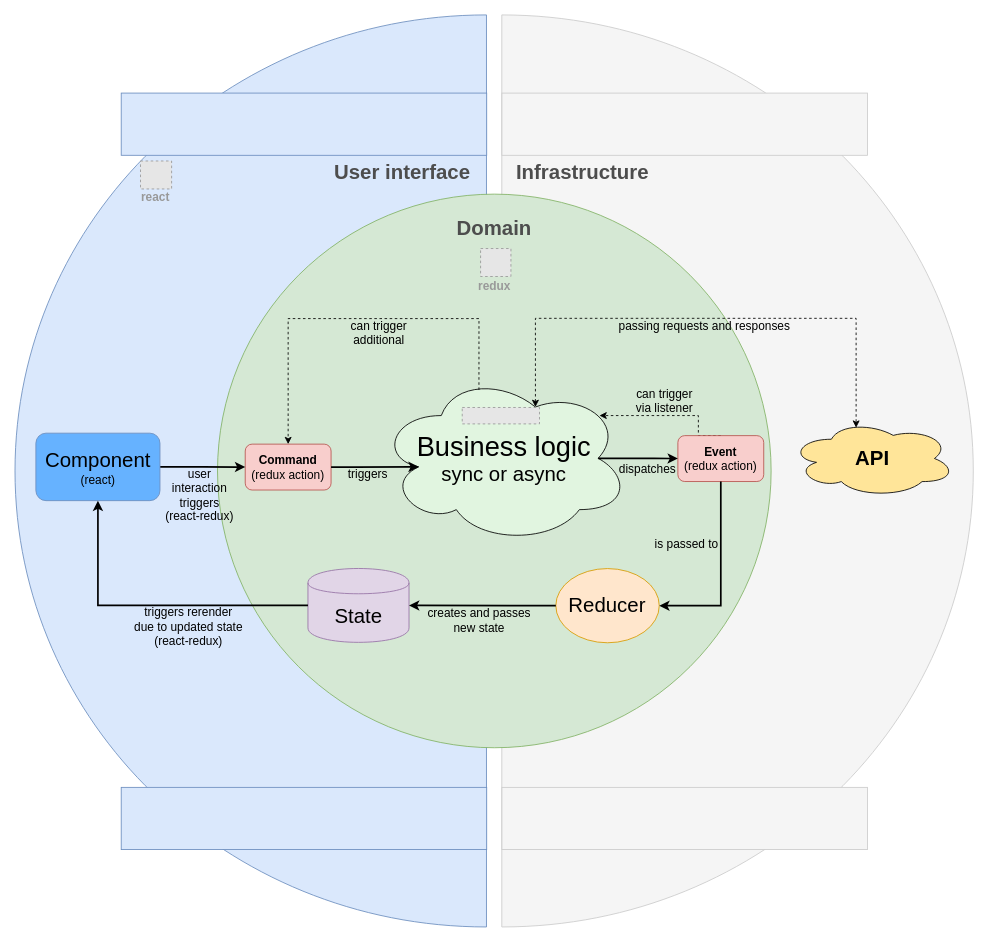
This is docs/assets/architecture.drawio from inkognitro/react-redux-saga-boilerplate, a draw.io file, before an edit. Source tidied: cells renumbered, new cells numbered last; positions are measured from the earlier drawing's top-left corner, leaving out a move shared by most shapes. Both pictures are drawn from the tidied source at 85%, with x=0, y=0 at pixel (-206, 93). Pictures stored in the file or linked from it are replaced by grey dashed boxes.
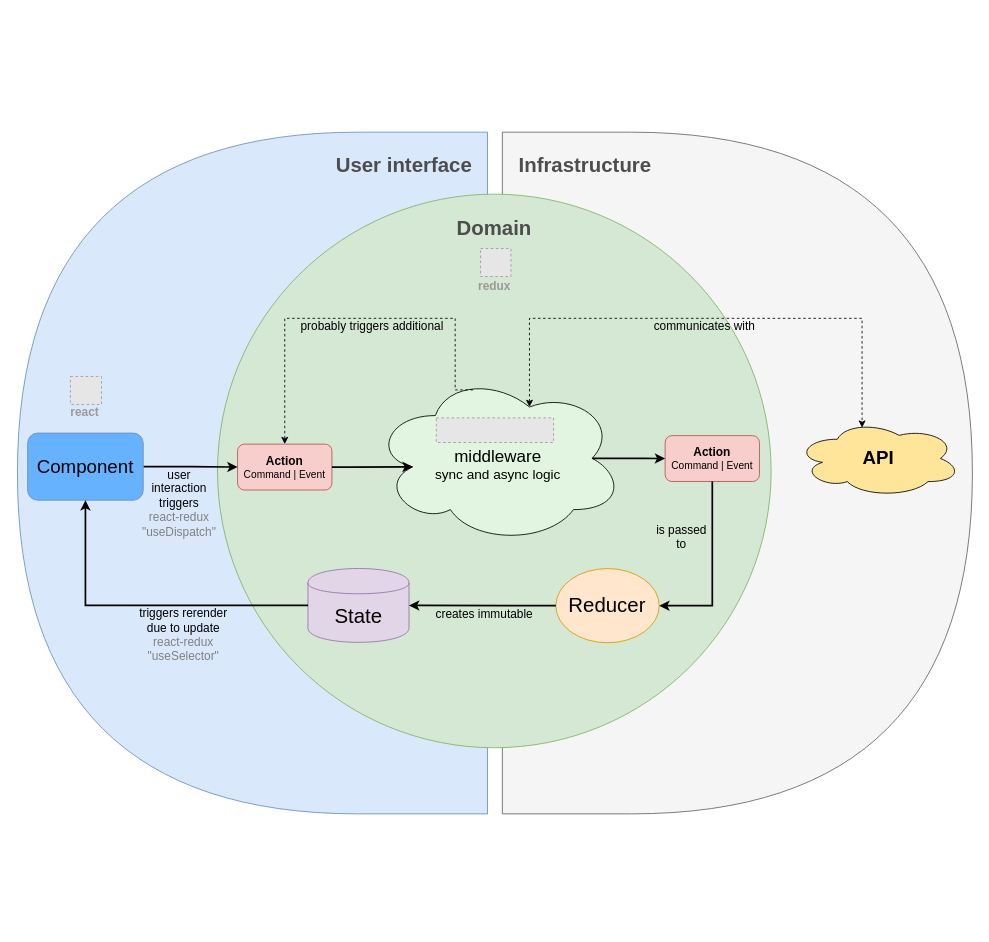
The same page after the edit.

The change refers to these unchanged cells:
```xml
<mxCell id="15" value="&lt;font style=&quot;font-size: 24px&quot;&gt;Reducer&lt;/font&gt;" style="ellipse;whiteSpace=wrap;html=1;fillColor=#ffe6cc;strokeColor=#d79b00;" parent="1" vertex="1">
  <mxGeometry x="895.4" y="559.4" width="121.7" height="87.3" as="geometry" />
</mxCell>
<mxCell id="16" value="&lt;font style=&quot;font-size: 24px&quot;&gt;State&lt;/font&gt;" style="shape=cylinder;whiteSpace=wrap;html=1;boundedLbl=1;backgroundOutline=1;fillColor=#e1d5e7;strokeColor=#9673a6;" parent="1" vertex="1">
  <mxGeometry x="603.8" y="559.3" width="118.9" height="86.9" as="geometry" />
</mxCell>
<mxCell id="17" style="endArrow=classic;html=1;exitX=0;exitY=0.5;exitDx=0;exitDy=0;entryX=1;entryY=0.5;entryDx=0;entryDy=0;strokeWidth=2;" parent="1" edge="1" source="15" target="16">
  <mxGeometry relative="1" as="geometry" />
</mxCell>
```

Diff of the diagram source:
```diff
@@
-    <mxCell id="2" style="verticalLabelPosition=bottom;verticalAlign=top;html=1;shape=mxgraph.basic.half_circle;rotation=-90;fillColor=#f5f5f5;strokeColor=#CCCCCC;fontColor=#333333;" parent="1" vertex="1">
-      <mxGeometry x="572.7" y="167.2" width="1073" height="554.7" as="geometry" />
-    </mxCell>
-    <mxCell id="3" style="verticalLabelPosition=bottom;verticalAlign=top;html=1;shape=mxgraph.basic.half_circle;rotation=90;fillColor=#dae8fc;strokeColor=#6c8ebf;" parent="1" vertex="1">
-      <mxGeometry y="167.2" width="1073" height="554.7" as="geometry" />
-    </mxCell>
+    <mxCell id="46" style="shape=delay;whiteSpace=wrap;html=1;rotation=0;fillColor=#f5f5f5;strokeColor=#666666;fontColor=#333333;" parent="1" vertex="1">
+      <mxGeometry x="832.5" y="46" width="553" height="802" as="geometry" />
+    </mxCell>
+    <mxCell id="47" style="shape=delay;whiteSpace=wrap;html=1;rotation=180;fillColor=#dae8fc;strokeColor=#6c8ebf;" parent="1" vertex="1">
+      <mxGeometry x="262" y="46" width="553" height="802" as="geometry" />
+    </mxCell>
@@
-    <mxCell id="5" value="&lt;font style=&quot;font-size: 14px&quot;&gt;&lt;b&gt;Command&lt;/b&gt;&lt;br&gt;(redux action)&lt;/font&gt;" style="rounded=1;whiteSpace=wrap;html=1;fillColor=#f8cecc;strokeColor=#b85450;" parent="1" vertex="1">
-      <mxGeometry x="530" y="413" width="101" height="54" as="geometry" />
-    </mxCell>
-    <mxCell id="6" style="group;" parent="1" vertex="1">
-      <mxGeometry x="686.8" y="329.1" width="337.6" height="230.3" as="geometry" />
-    </mxCell>
-    <mxCell id="7" value="&lt;font&gt;&lt;font style=&quot;font-size: 32px&quot;&gt;Business logic&lt;/font&gt;&lt;br&gt;&lt;font style=&quot;font-size: 24px&quot;&gt;sync or async&lt;/font&gt;&lt;br&gt;&lt;/font&gt;" style="ellipse;shape=cloud;whiteSpace=wrap;html=1;fillColor=#E1F5E0;gradientColor=none;" parent="6" vertex="1">
-      <mxGeometry width="295.4" height="201.2" as="geometry" />
-    </mxCell>
-    <mxCell id="8" style="fillColor=#E6E6E6;strokeColor=#999999;dashed=1;verticalLabelPosition=bottom;labelBackgroundColor=#ffffff;verticalAlign=top;" parent="6" vertex="1">
-      <mxGeometry x="98.5" y="40.8" width="90.9" height="19.3" as="geometry" />
-    </mxCell>
+    <mxCell id="48" value="&lt;font&gt;&lt;b style=&quot;font-size: 14px&quot;&gt;Action&lt;/b&gt;&lt;br&gt;&lt;font style=&quot;font-size: 12px&quot;&gt;Command | Event&lt;/font&gt;&lt;/font&gt;" style="rounded=1;whiteSpace=wrap;html=1;fillColor=#f8cecc;strokeColor=#b85450;" parent="1" vertex="1">
+      <mxGeometry x="521" y="413" width="111" height="54" as="geometry" />
+    </mxCell>
+    <mxCell id="49" style="group;" parent="1" vertex="1">
+      <mxGeometry x="663.8" y="329.1" width="337.6" height="230.3" as="geometry" />
+    </mxCell>
+    <mxCell id="50" value="&lt;font&gt;&lt;br&gt;&lt;span style=&quot;font-size: 20px&quot;&gt;middleware&lt;/span&gt;&lt;br&gt;&lt;font style=&quot;font-size: 16px&quot;&gt;sync and async logic&lt;/font&gt;&lt;br&gt;&lt;/font&gt;" style="ellipse;shape=cloud;whiteSpace=wrap;html=1;fillColor=#E1F5E0;gradientColor=none;" parent="49" vertex="1">
+      <mxGeometry x="16" width="295.4" height="201.2" as="geometry" />
+    </mxCell>
+    <mxCell id="51" style="fillColor=#E6E6E6;strokeColor=#999999;dashed=1;verticalLabelPosition=bottom;labelBackgroundColor=#ffffff;verticalAlign=top;" parent="49" vertex="1">
+      <mxGeometry x="91" y="53" width="138" height="29" as="geometry" />
+    </mxCell>
     <mxCell id="9" value="&lt;b&gt;&lt;font style=&quot;font-size: 24px&quot; color=&quot;#4d4d4d&quot;&gt;Infrastructure&lt;/font&gt;&lt;/b&gt;" style="text;html=1;strokeColor=none;fillColor=none;align=left;verticalAlign=middle;whiteSpace=wrap;rounded=0;" parent="1" vertex="1">
-      <mxGeometry x="847.2" y="85.1" width="146.4" height="15.5" as="geometry" />
+      <mxGeometry x="850.2" y="77.6" width="146.4" height="15.5" as="geometry" />
     </mxCell>
-    <mxCell id="10" style="edgeStyle=orthogonalEdgeStyle;rounded=0;jettySize=auto;html=1;exitX=0.5;exitY=0;exitDx=0;exitDy=0;entryX=0.88;entryY=0.25;entryDx=0;entryDy=0;entryPerimeter=0;dashed=1;strokeWidth=1;" parent="1" edge="1" source="12" target="7">
-      <mxGeometry relative="1" as="geometry">
-        <Array as="points">
-          <mxPoint x="1063.1" y="379.6" />
-        </Array>
-      </mxGeometry>
-    </mxCell>
-    <mxCell id="11" value="&lt;font style=&quot;font-size: 14px&quot;&gt;can trigger&lt;br&gt;via listener&lt;/font&gt;" style="text;html=1;align=center;verticalAlign=middle;labelBackgroundColor=none;" parent="10" vertex="1">
-      <mxGeometry x="-0.09" y="1" relative="1" as="geometry">
-        <mxPoint x="-15" y="-18.5" as="offset" />
-      </mxGeometry>
-    </mxCell>
-    <mxCell id="12" value="&lt;font style=&quot;font-size: 14px&quot;&gt;&lt;b&gt;Event&lt;/b&gt;&lt;br&gt;(redux action)&lt;/font&gt;" style="rounded=1;whiteSpace=wrap;html=1;fillColor=#f8cecc;strokeColor=#b85450;" parent="1" vertex="1">
-      <mxGeometry x="1039" y="403" width="101" height="54" as="geometry" />
-    </mxCell>
-    <mxCell id="13" style="edgeStyle=orthogonalEdgeStyle;rounded=0;jettySize=auto;html=1;exitX=1;exitY=0.5;exitDx=0;exitDy=0;entryX=0.16;entryY=0.55;entryDx=0;entryDy=0;entryPerimeter=0;strokeWidth=2;" parent="1" edge="1" source="5" target="7">
-      <mxGeometry relative="1" as="geometry" />
-    </mxCell>
-    <mxCell id="14" value="&lt;font style=&quot;font-size: 14px&quot;&gt;triggers&lt;/font&gt;" style="text;html=1;align=center;verticalAlign=middle;labelBackgroundColor=none;" parent="13" vertex="1">
-      <mxGeometry x="-0.23" y="1" relative="1" as="geometry">
-        <mxPoint x="3" y="9" as="offset" />
-      </mxGeometry>
-    </mxCell>
+    <mxCell id="52" value="&lt;font&gt;&lt;b style=&quot;font-size: 14px&quot;&gt;Action&lt;/b&gt;&lt;br&gt;&lt;font style=&quot;font-size: 12px&quot;&gt;Command | Event&lt;/font&gt;&lt;br&gt;&lt;/font&gt;" style="rounded=1;whiteSpace=wrap;html=1;fillColor=#f8cecc;strokeColor=#b85450;" parent="1" vertex="1">
+      <mxGeometry x="1024" y="403" width="111" height="54" as="geometry" />
+    </mxCell>
+    <mxCell id="53" style="edgeStyle=orthogonalEdgeStyle;rounded=0;jettySize=auto;html=1;exitX=1;exitY=0.5;exitDx=0;exitDy=0;entryX=0.16;entryY=0.55;entryDx=0;entryDy=0;entryPerimeter=0;strokeWidth=2;" parent="1" edge="1" source="48" target="50">
+      <mxGeometry relative="1" as="geometry" />
+    </mxCell>
@@
-    <mxCell id="18" value="&lt;font style=&quot;font-size: 14px&quot;&gt;creates and passes&lt;br&gt;new state&lt;/font&gt;" style="text;html=1;align=center;verticalAlign=middle;labelBackgroundColor=none;" parent="17" vertex="1">
-      <mxGeometry x="0.17" y="1" relative="1" as="geometry">
-        <mxPoint x="10" y="16" as="offset" />
-      </mxGeometry>
-    </mxCell>
-    <mxCell id="19" style="edgeStyle=orthogonalEdgeStyle;rounded=0;jettySize=auto;html=1;exitX=1;exitY=0.5;exitDx=0;exitDy=0;strokeWidth=2;" parent="1" edge="1" source="21" target="5">
-      <mxGeometry relative="1" as="geometry" />
-    </mxCell>
-    <mxCell id="20" value="&lt;font style=&quot;font-size: 14px&quot;&gt;&lt;span style=&quot;text-align: left&quot;&gt;user&lt;br&gt;interaction&lt;br&gt;triggers&lt;/span&gt;&lt;br style=&quot;text-align: left&quot;&gt;&lt;span style=&quot;text-align: left&quot;&gt;(react-redux)&lt;/span&gt;&lt;/font&gt;" style="text;html=1;align=center;verticalAlign=middle;labelBackgroundColor=none;" parent="19" vertex="1">
-      <mxGeometry y="-9" relative="1" as="geometry">
-        <mxPoint x="-4.5" y="23" as="offset" />
-      </mxGeometry>
-    </mxCell>
-    <mxCell id="21" value="&lt;font&gt;&lt;span style=&quot;font-size: 24px&quot;&gt;Component&lt;br&gt;&lt;/span&gt;&lt;font style=&quot;font-size: 14px&quot;&gt;(react)&lt;/font&gt;&lt;br&gt;&lt;/font&gt;" style="rounded=1;whiteSpace=wrap;html=1;labelBackgroundColor=none;strokeColor=#6c8ebf;fillColor=#66B2FF;" parent="1" vertex="1">
-      <mxGeometry x="283.7" y="400.1" width="146" height="79.4" as="geometry" />
-    </mxCell>
-    <mxCell id="22" style="group;" parent="1" vertex="1">
-      <mxGeometry x="405.9" y="79.9" width="37.5" height="51.2" as="geometry" />
-    </mxCell>
-    <mxCell id="23" style="fillColor=#E6E6E6;strokeColor=#999999;dashed=1;verticalLabelPosition=bottom;labelBackgroundColor=#ffffff;verticalAlign=top;" parent="22" vertex="1">
-      <mxGeometry x="0.9" width="36.6" height="32.9" as="geometry" />
-    </mxCell>
-    <mxCell id="24" value="&lt;b&gt;&lt;font color=&quot;#999999&quot; style=&quot;font-size: 14px&quot;&gt;react&lt;/font&gt;&lt;/b&gt;" style="text;html=1;strokeColor=none;fillColor=none;align=center;verticalAlign=middle;whiteSpace=wrap;rounded=0;" parent="22" vertex="1">
-      <mxGeometry y="32.9" width="36.6" height="18.3" as="geometry" />
-    </mxCell>
+    <mxCell id="54" value="&lt;font style=&quot;font-size: 14px&quot;&gt;creates immutable&lt;/font&gt;" style="text;html=1;align=center;verticalAlign=middle;labelBackgroundColor=none;" parent="17" vertex="1">
+      <mxGeometry x="0.17" y="1" relative="1" as="geometry">
+        <mxPoint x="16" y="9" as="offset" />
+      </mxGeometry>
+    </mxCell>
+    <mxCell id="55" style="edgeStyle=orthogonalEdgeStyle;rounded=0;jettySize=auto;html=1;exitX=1;exitY=0.5;exitDx=0;exitDy=0;strokeWidth=2;" parent="1" edge="1" source="57" target="48">
+      <mxGeometry relative="1" as="geometry" />
+    </mxCell>
+    <mxCell id="56" value="&lt;font style=&quot;font-size: 14px&quot;&gt;&lt;span style=&quot;text-align: left&quot;&gt;user&lt;br&gt;interaction&lt;br&gt;triggers&lt;br&gt;&lt;/span&gt;&lt;span style=&quot;text-align: left&quot;&gt;&lt;font color=&quot;#808080&quot;&gt;react-redux&lt;br&gt;&quot;useDispatch&quot;&lt;br&gt;&lt;/font&gt;&lt;/span&gt;&lt;/font&gt;" style="text;html=1;align=center;verticalAlign=middle;labelBackgroundColor=none;" parent="55" vertex="1">
+      <mxGeometry y="-9" relative="1" as="geometry">
+        <mxPoint x="-14.5" y="32" as="offset" />
+      </mxGeometry>
+    </mxCell>
+    <mxCell id="57" value="&lt;font&gt;&lt;font style=&quot;font-size: 22px&quot;&gt;Component&lt;/font&gt;&lt;br&gt;&lt;/font&gt;" style="rounded=1;whiteSpace=wrap;html=1;labelBackgroundColor=none;strokeColor=#6c8ebf;fillColor=#66B2FF;" parent="1" vertex="1">
+      <mxGeometry x="274" y="400" width="136" height="79" as="geometry" />
+    </mxCell>
@@
-    <mxCell id="30" value="&lt;font style=&quot;font-size: 24px&quot;&gt;&lt;b&gt;API&lt;/b&gt;&lt;br&gt;&lt;/font&gt;" style="ellipse;shape=cloud;whiteSpace=wrap;html=1;fillColor=#FFE599;gradientColor=none;" parent="1" vertex="1">
-      <mxGeometry x="1171.1" y="384.6" width="194" height="90.6" as="geometry" />
+    <mxCell id="30" value="&lt;font&gt;&lt;b&gt;&lt;font style=&quot;font-size: 22px&quot;&gt;API&lt;/font&gt;&lt;/b&gt;&lt;br&gt;&lt;/font&gt;" style="ellipse;shape=cloud;whiteSpace=wrap;html=1;fillColor=#FFE599;gradientColor=none;" parent="1" vertex="1">
+      <mxGeometry x="1178.1" y="384.6" width="194" height="90.6" as="geometry" />
     </mxCell>
-    <mxCell id="31" style="edgeStyle=orthogonalEdgeStyle;rounded=0;jettySize=auto;html=1;exitX=0.5;exitY=1;exitDx=0;exitDy=0;entryX=1;entryY=0.5;entryDx=0;entryDy=0;strokeWidth=2;" parent="1" edge="1" source="12" target="15">
-      <mxGeometry relative="1" as="geometry" />
-    </mxCell>
+    <mxCell id="58" style="edgeStyle=orthogonalEdgeStyle;rounded=0;jettySize=auto;html=1;exitX=0.5;exitY=1;exitDx=0;exitDy=0;entryX=1;entryY=0.5;entryDx=0;entryDy=0;strokeWidth=2;" parent="1" edge="1" source="52" target="15">
+      <mxGeometry relative="1" as="geometry" />
+    </mxCell>
-    <mxCell id="32" value="&lt;font style=&quot;font-size: 14px&quot;&gt;is passed to&lt;/font&gt;" style="text;html=1;align=center;verticalAlign=middle;labelBackgroundColor=none;" parent="31" vertex="1">
+    <mxCell id="32" value="&lt;font style=&quot;font-size: 14px&quot;&gt;is passed&lt;br&gt;to&lt;/font&gt;" style="text;html=1;align=center;verticalAlign=middle;labelBackgroundColor=none;" parent="58" vertex="1">
       <mxGeometry x="-0.33" relative="1" as="geometry">
-        <mxPoint x="-41" as="offset" />
+        <mxPoint x="-37" y="-6" as="offset" />
       </mxGeometry>
     </mxCell>
-    <mxCell id="33" style="edgeStyle=orthogonalEdgeStyle;rounded=0;jettySize=auto;html=1;exitX=0.875;exitY=0.5;exitDx=0;exitDy=0;exitPerimeter=0;strokeWidth=2;" parent="1" edge="1" source="7" target="12">
-      <mxGeometry relative="1" as="geometry" />
-    </mxCell>
-    <mxCell id="34" value="&lt;font style=&quot;font-size: 14px&quot;&gt;dispatches&lt;/font&gt;" style="text;html=1;align=center;verticalAlign=middle;labelBackgroundColor=none;" parent="33" vertex="1">
-      <mxGeometry x="0.4" y="-32" relative="1" as="geometry">
-        <mxPoint x="-8.5" y="-21" as="offset" />
-      </mxGeometry>
-    </mxCell>
-    <mxCell id="35" style="edgeStyle=orthogonalEdgeStyle;rounded=0;jettySize=auto;html=1;exitX=0.625;exitY=0.2;exitDx=0;exitDy=0;exitPerimeter=0;entryX=0.4;entryY=0.1;entryDx=0;entryDy=0;entryPerimeter=0;dashed=1;strokeWidth=1;spacing=2;startArrow=classic;startFill=1;" parent="1" edge="1" source="7" target="30">
-      <mxGeometry relative="1" as="geometry">
-        <Array as="points">
-          <mxPoint x="871" y="265" />
-          <mxPoint x="1249" y="265" />
-        </Array>
-      </mxGeometry>
-    </mxCell>
-    <mxCell id="36" value="&lt;font style=&quot;font-size: 14px&quot;&gt;passing requests and responses&lt;/font&gt;" style="text;html=1;align=center;verticalAlign=middle;labelBackgroundColor=none;" parent="35" vertex="1">
-      <mxGeometry x="0.07" relative="1" as="geometry">
-        <mxPoint x="-24.5" y="8" as="offset" />
-      </mxGeometry>
-    </mxCell>
+    <mxCell id="59" style="edgeStyle=orthogonalEdgeStyle;rounded=0;jettySize=auto;html=1;exitX=0.875;exitY=0.5;exitDx=0;exitDy=0;exitPerimeter=0;strokeWidth=2;" parent="1" edge="1" source="50" target="52">
+      <mxGeometry relative="1" as="geometry" />
+    </mxCell>
+    <mxCell id="60" style="edgeStyle=orthogonalEdgeStyle;rounded=0;jettySize=auto;html=1;exitX=0.625;exitY=0.2;exitDx=0;exitDy=0;exitPerimeter=0;entryX=0.4;entryY=0.1;entryDx=0;entryDy=0;entryPerimeter=0;dashed=1;strokeWidth=1;spacing=2;startArrow=classic;startFill=1;" parent="1" edge="1" source="50" target="30">
+      <mxGeometry relative="1" as="geometry">
+        <Array as="points">
+          <mxPoint x="871" y="265" />
+          <mxPoint x="1249" y="265" />
+        </Array>
+      </mxGeometry>
+    </mxCell>
+    <mxCell id="61" value="&lt;font style=&quot;font-size: 14px&quot;&gt;communicates with&lt;/font&gt;" style="text;html=1;align=center;verticalAlign=middle;labelBackgroundColor=none;" parent="60" vertex="1">
+      <mxGeometry x="0.07" relative="1" as="geometry">
+        <mxPoint x="-24.5" y="8" as="offset" />
+      </mxGeometry>
+    </mxCell>
     <mxCell id="37" value="&lt;b&gt;&lt;font style=&quot;font-size: 24px&quot;&gt;&lt;font color=&quot;#4d4d4d&quot;&gt;User interface&lt;/font&gt;&lt;br&gt;&lt;/font&gt;&lt;/b&gt;" style="text;html=1;strokeColor=none;fillColor=none;align=right;verticalAlign=middle;whiteSpace=wrap;rounded=0;" parent="1" vertex="1">
-      <mxGeometry x="622.1" y="85.1" width="174.7" height="15.5" as="geometry" />
+      <mxGeometry x="624.1" y="77.6" width="174.7" height="15.5" as="geometry" />
     </mxCell>
-    <mxCell id="38" style="edgeStyle=orthogonalEdgeStyle;rounded=0;jettySize=auto;html=1;exitX=0;exitY=0.5;exitDx=0;exitDy=0;entryX=0.5;entryY=1;entryDx=0;entryDy=0;strokeWidth=2;" parent="1" edge="1" source="16" target="21">
-      <mxGeometry relative="1" as="geometry" />
-    </mxCell>
-    <mxCell id="39" value="&lt;font style=&quot;font-size: 14px&quot;&gt;&lt;span style=&quot;text-align: left&quot;&gt;triggers rerender&lt;br&gt;due to updated state&lt;/span&gt;&lt;br style=&quot;text-align: left&quot;&gt;&lt;span style=&quot;text-align: left&quot;&gt;(react-redux)&lt;/span&gt;&lt;/font&gt;" style="text;html=1;align=center;verticalAlign=middle;labelBackgroundColor=none;" parent="38" vertex="1">
-      <mxGeometry x="-0.24" y="1" relative="1" as="geometry">
-        <mxPoint y="24" as="offset" />
-      </mxGeometry>
-    </mxCell>
-    <mxCell id="40" style="edgeStyle=orthogonalEdgeStyle;rounded=0;jettySize=auto;html=1;exitX=0.4;exitY=0.1;exitDx=0;exitDy=0;exitPerimeter=0;entryX=0.5;entryY=0;entryDx=0;entryDy=0;dashed=1;strokeWidth=1;spacing=2;" parent="1" edge="1" source="7" target="5">
-      <mxGeometry relative="1" as="geometry">
-        <Array as="points">
-          <mxPoint x="785.9" y="265.3" />
-          <mxPoint x="585.5" y="265.3" />
-        </Array>
-      </mxGeometry>
-    </mxCell>
-    <mxCell id="41" value="&lt;font style=&quot;font-size: 14px&quot;&gt;can trigger&lt;br&gt;additional&lt;/font&gt;" style="text;html=1;align=center;verticalAlign=middle;labelBackgroundColor=none;" parent="40" vertex="1">
-      <mxGeometry x="-0.09" y="2" relative="1" as="geometry">
-        <mxPoint x="6" y="14" as="offset" />
-      </mxGeometry>
-    </mxCell>
-    <mxCell id="42" style="whiteSpace=wrap;html=1;labelBackgroundColor=none;strokeColor=#6c8ebf;align=right;fillColor=#dae8fc;" parent="1" vertex="1">
-      <mxGeometry x="384.1" y="816.8" width="430" height="73.2" as="geometry" />
-    </mxCell>
-    <mxCell id="43" style="whiteSpace=wrap;html=1;labelBackgroundColor=none;strokeColor=#6c8ebf;align=right;fillColor=#dae8fc;" parent="1" vertex="1">
-      <mxGeometry x="384.1" width="430" height="73.2" as="geometry" />
-    </mxCell>
-    <mxCell id="44" style="whiteSpace=wrap;html=1;labelBackgroundColor=none;strokeColor=#CCCCCC;align=right;fillColor=#f5f5f5;fontColor=#333333;" parent="1" vertex="1">
-      <mxGeometry x="832" y="816.8" width="430" height="73.2" as="geometry" />
-    </mxCell>
-    <mxCell id="45" style="whiteSpace=wrap;html=1;labelBackgroundColor=none;strokeColor=#CCCCCC;align=right;fillColor=#f5f5f5;fontColor=#333333;" parent="1" vertex="1">
-      <mxGeometry x="832" width="430" height="73.2" as="geometry" />
-    </mxCell>
+    <mxCell id="62" style="edgeStyle=orthogonalEdgeStyle;rounded=0;jettySize=auto;html=1;exitX=0;exitY=0.5;exitDx=0;exitDy=0;entryX=0.5;entryY=1;entryDx=0;entryDy=0;strokeWidth=2;" parent="1" edge="1" source="16" target="57">
+      <mxGeometry relative="1" as="geometry" />
+    </mxCell>
+    <mxCell id="63" value="&lt;font style=&quot;font-size: 14px&quot;&gt;&lt;span style=&quot;text-align: left&quot;&gt;triggers rerender&lt;br&gt;due to update&lt;/span&gt;&lt;br style=&quot;text-align: left&quot;&gt;&lt;span style=&quot;text-align: left&quot;&gt;&lt;font color=&quot;#808080&quot;&gt;react-redux&lt;br&gt;&quot;useSelector&quot;&lt;br&gt;&lt;/font&gt;&lt;/span&gt;&lt;/font&gt;" style="text;html=1;align=center;verticalAlign=middle;labelBackgroundColor=none;" parent="62" vertex="1">
+      <mxGeometry x="-0.24" y="1" relative="1" as="geometry">
+        <mxPoint y="33" as="offset" />
+      </mxGeometry>
+    </mxCell>
+    <mxCell id="64" style="edgeStyle=orthogonalEdgeStyle;rounded=0;jettySize=auto;html=1;exitX=0.4;exitY=0.1;exitDx=0;exitDy=0;exitPerimeter=0;entryX=0.5;entryY=0;entryDx=0;entryDy=0;dashed=1;strokeWidth=1;spacing=2;" parent="1" edge="1" source="50" target="48">
+      <mxGeometry relative="1" as="geometry">
+        <Array as="points">
+          <mxPoint x="777" y="265" />
+          <mxPoint x="576" y="265" />
+        </Array>
+      </mxGeometry>
+    </mxCell>
+    <mxCell id="65" value="&lt;span style=&quot;font-size: 14px&quot;&gt;probably triggers additional&lt;/span&gt;" style="text;html=1;align=center;verticalAlign=middle;labelBackgroundColor=none;" parent="64" vertex="1">
+      <mxGeometry x="-0.09" y="2" relative="1" as="geometry">
+        <mxPoint x="2" y="6" as="offset" />
+      </mxGeometry>
+    </mxCell>
+    <mxCell id="24" value="&lt;b&gt;&lt;font color=&quot;#999999&quot; style=&quot;font-size: 14px&quot;&gt;react&lt;/font&gt;&lt;/b&gt;" style="text;html=1;strokeColor=none;fillColor=none;align=center;verticalAlign=middle;whiteSpace=wrap;rounded=0;" parent="1" vertex="1">
+      <mxGeometry x="323.4" y="366.3" width="36.6" height="18.3" as="geometry" />
+    </mxCell>
+    <mxCell id="66" style="fillColor=#E6E6E6;strokeColor=#999999;dashed=1;verticalLabelPosition=bottom;labelBackgroundColor=#ffffff;verticalAlign=top;" parent="1" vertex="1">
+      <mxGeometry x="324.3" y="333.4" width="36.6" height="32.9" as="geometry" />
+    </mxCell>
```
